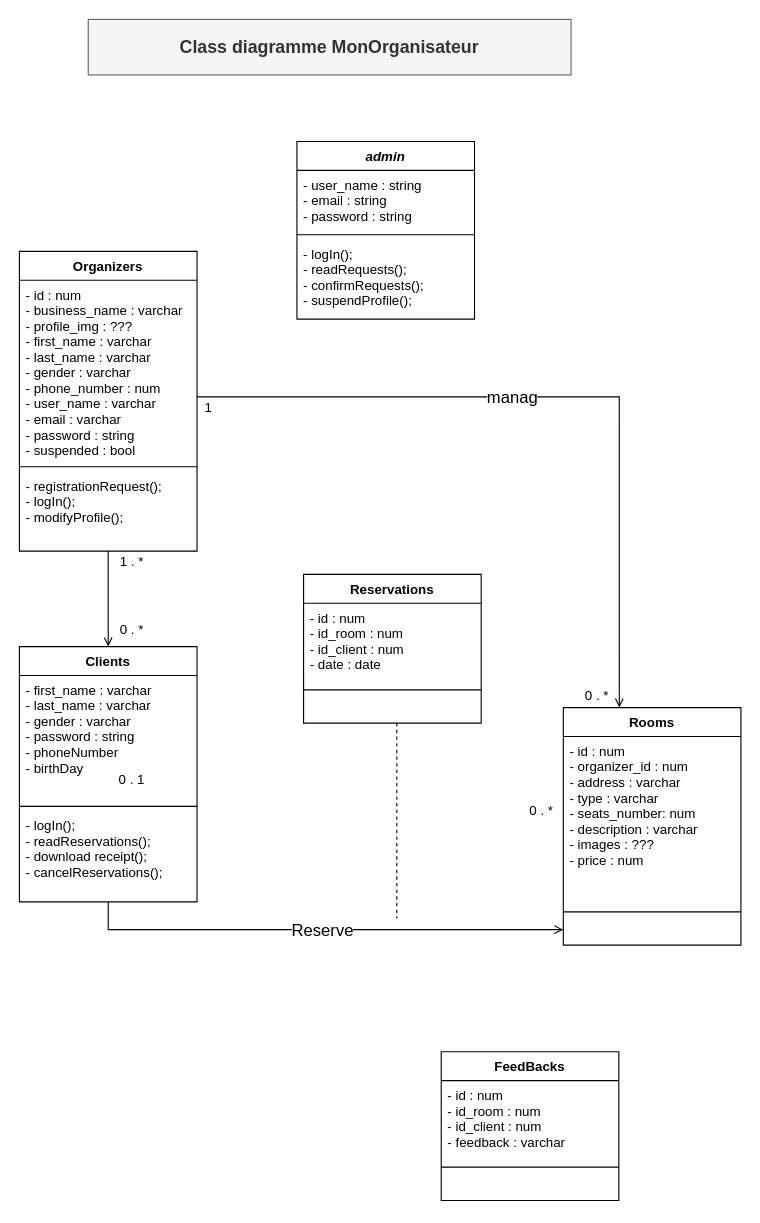
Earlier version of the draw.io diagram UML/diagram-class.drawio (daalimouhcine/Mon_Organisateur). Source tidied: cells renumbered, new cells numbered last; positions are measured from the earlier drawing's top-left corner, leaving out a move shared by most shapes. Both pictures are drawn from the tidied source at 111%, with x=0, y=0 at pixel (19, 19).
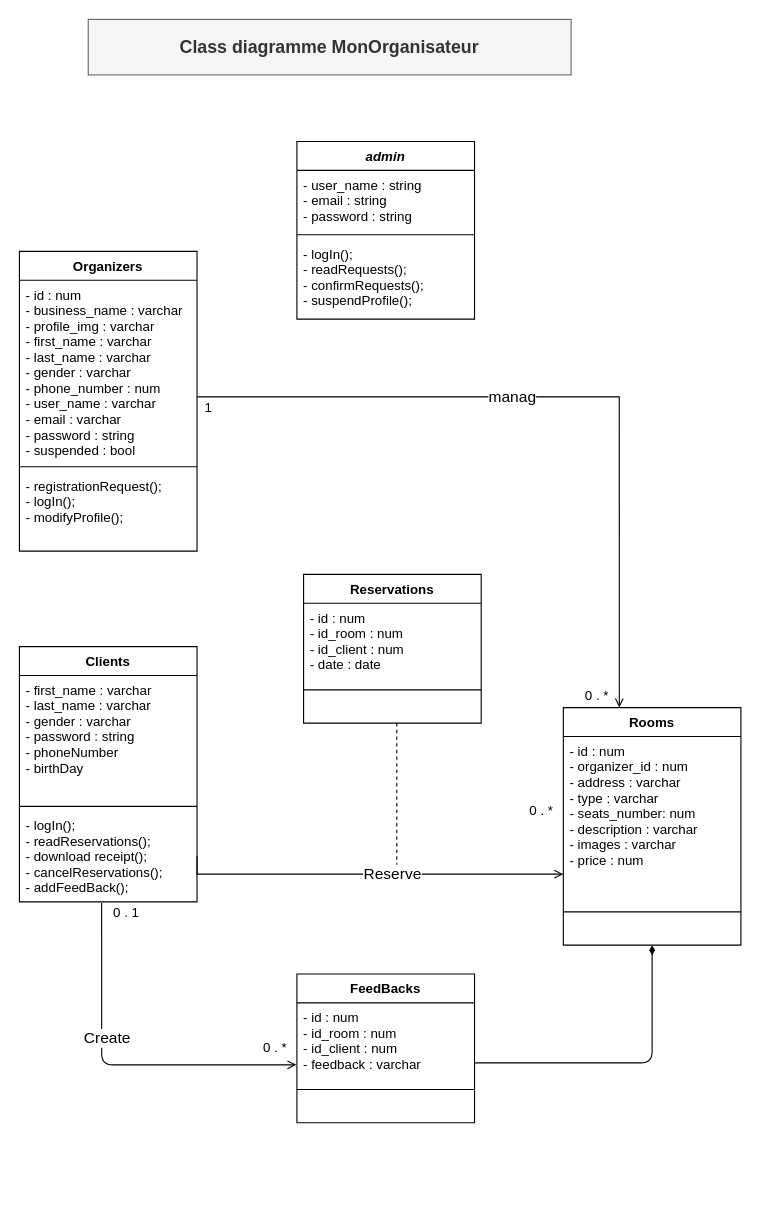
After the change.

Commit message:
add feedback class

Unchanged cells that the change refers to:
```xml
<mxCell id="6" value="Clients" style="swimlane;fontStyle=1;align=center;verticalAlign=top;horizontal=1;startSize=26;rounded=0;shadow=0;strokeWidth=1;" parent="1" vertex="1">
  <mxGeometry y="565" width="160" height="230" as="geometry" />
</mxCell>
<mxCell id="10" value="Rooms" style="swimlane;fontStyle=1;align=center;verticalAlign=top;horizontal=1;startSize=26;rounded=0;shadow=0;strokeWidth=1;" parent="1" vertex="1">
  <mxGeometry x="490" y="620" width="160" height="214" as="geometry" />
</mxCell>
<mxCell id="14" value="Organizers" style="swimlane;fontStyle=1;align=center;verticalAlign=top;horizontal=1;startSize=26;rounded=0;shadow=0;strokeWidth=1;" parent="1" vertex="1">
  <mxGeometry y="209" width="160" height="270" as="geometry" />
</mxCell>
<mxCell id="23" value="Reservations" style="swimlane;fontStyle=1;align=center;verticalAlign=top;horizontal=1;startSize=26;" parent="1" vertex="1">
  <mxGeometry x="256" y="500" width="160" height="134" as="geometry" />
</mxCell>
<mxCell id="30" value="0 . *" style="text;html=1;align=center;verticalAlign=middle;points=[];strokeColor=none;fillColor=none;" parent="1" vertex="1">
  <mxGeometry x="500" y="600" width="40" height="20" as="geometry" />
</mxCell>
<mxCell id="33" value="- id : num&#10;- id_room : num&#10;- id_client : num&#10;- feedback : varchar" style="text;strokeColor=none;fillColor=none;align=left;verticalAlign=top;spacingLeft=4;spacingRight=4;overflow=hidden;points=[[0,0.5],[1,0.5]];portConstraint=eastwest;" parent="32" vertex="1">
  <mxGeometry y="26" width="160" height="74" as="geometry" />
</mxCell>
```

Diff of the diagram source:
```diff
@@
-    <mxCell id="9" value="- logIn();&#10;- readReservations();&#10;- download receipt();&#10;- cancelReservations();&#10;" style="text;align=left;verticalAlign=top;spacingLeft=4;spacingRight=4;overflow=hidden;points=[[0,0.5],[1,0.5]];portConstraint=eastwest;" parent="6" vertex="1">
+    <mxCell id="9" value="- logIn();&#10;- readReservations();&#10;- download receipt();&#10;- cancelReservations();&#10;- addFeedBack();" style="text;align=left;verticalAlign=top;spacingLeft=4;spacingRight=4;overflow=hidden;points=[[0,0.5],[1,0.5]];portConstraint=eastwest;" parent="6" vertex="1">
       <mxGeometry y="148" width="160" height="82" as="geometry" />
     </mxCell>
@@
-    <mxCell id="11" value="- id : num&#10;- organizer_id : num&#10;- address : varchar&#10;- type : varchar&#10;- seats_number: num&#10;- description : varchar&#10;- images : ???&#10;- price : num" style="text;align=left;verticalAlign=top;spacingLeft=4;spacingRight=4;overflow=hidden;rounded=0;shadow=0;html=0;" parent="10" vertex="1">
+    <mxCell id="11" value="- id : num&#10;- organizer_id : num&#10;- address : varchar&#10;- type : varchar&#10;- seats_number: num&#10;- description : varchar&#10;- images : varchar&#10;- price : num" style="text;align=left;verticalAlign=top;spacingLeft=4;spacingRight=4;overflow=hidden;rounded=0;shadow=0;html=0;" parent="10" vertex="1">
       <mxGeometry y="26" width="160" height="154" as="geometry" />
     </mxCell>
@@
-    <mxCell id="13" value="&lt;font style=&quot;font-size: 15px&quot;&gt;manag&lt;/font&gt;" style="edgeStyle=orthogonalEdgeStyle;rounded=0;jettySize=auto;html=1;entryX=1.011;entryY=0.991;entryDx=0;entryDy=0;endArrow=open;endFill=0;entryPerimeter=0;" parent="1" edge="1" source="14" target="30">
+    <mxCell id="13" value="&lt;font style=&quot;font-size: 14px&quot;&gt;manag&lt;/font&gt;" style="edgeStyle=orthogonalEdgeStyle;rounded=0;jettySize=auto;html=1;entryX=1.011;entryY=0.991;entryDx=0;entryDy=0;endArrow=open;endFill=0;entryPerimeter=0;" parent="1" edge="1" source="14" target="30">
       <mxGeometry x="-0.14" relative="1" as="geometry">
         <Array as="points">
           <mxPoint x="540" y="340" />
         </Array>
       </mxGeometry>
     </mxCell>
@@
-    <mxCell id="15" value="- id : num&#10;- business_name : varchar&#10;- profile_img : ???&#10;- first_name : varchar&#10;- last_name : varchar&#10;- gender : varchar&#10;- phone_number : num&#10;- user_name : varchar&#10;- email : varchar&#10;- password : string&#10;- suspended : bool&#10;" style="text;align=left;verticalAlign=top;spacingLeft=4;spacingRight=4;overflow=hidden;" parent="14" vertex="1">
+    <mxCell id="15" value="- id : num&#10;- business_name : varchar&#10;- profile_img : varchar&#10;- first_name : varchar&#10;- last_name : varchar&#10;- gender : varchar&#10;- phone_number : num&#10;- user_name : varchar&#10;- email : varchar&#10;- password : string&#10;- suspended : bool&#10;" style="text;align=left;verticalAlign=top;spacingLeft=4;spacingRight=4;overflow=hidden;" parent="14" vertex="1">
       <mxGeometry y="26" width="160" height="164" as="geometry" />
     </mxCell>
@@
-    <mxCell id="19" style="edgeStyle=orthogonalEdgeStyle;rounded=0;jettySize=auto;html=1;endArrow=open;endFill=0;exitX=0.5;exitY=1;exitDx=0;exitDy=0;" parent="1" edge="1" source="14" target="6">
-      <mxGeometry relative="1" as="geometry" />
-    </mxCell>
-    <mxCell id="20" value="0&amp;nbsp;. *" style="text;html=1;align=center;verticalAlign=middle;strokeColor=none;fillColor=none;" parent="1" vertex="1">
-      <mxGeometry x="81" y="540" width="40" height="20" as="geometry" />
-    </mxCell>
-    <mxCell id="21" value="1 . *" style="text;html=1;align=center;verticalAlign=middle;strokeColor=none;fillColor=none;" parent="1" vertex="1">
-      <mxGeometry x="81" y="479" width="40" height="20" as="geometry" />
-    </mxCell>
     <mxCell id="22" style="edgeStyle=orthogonalEdgeStyle;rounded=0;jettySize=auto;html=1;endArrow=none;endFill=0;dashed=1;" parent="1" edge="1" source="23">
       <mxGeometry relative="1" as="geometry">
-        <mxPoint x="340" y="810" as="targetPoint" />
+        <mxPoint x="340" y="770" as="targetPoint" />
         <Array as="points">
           <mxPoint x="340" y="730" />
         </Array>
       </mxGeometry>
     </mxCell>
@@
-    <mxCell id="27" value="&lt;font style=&quot;font-size: 15px&quot;&gt;Reserve&lt;/font&gt;" style="edgeStyle=orthogonalEdgeStyle;rounded=0;jettySize=auto;html=1;endArrow=open;endFill=0;exitX=0.5;exitY=1;exitDx=0;exitDy=0;" parent="1" edge="1" source="6">
-      <mxGeometry relative="1" as="geometry">
-        <mxPoint x="490" y="820" as="targetPoint" />
+    <mxCell id="27" value="&lt;font style=&quot;font-size: 14px&quot;&gt;Reserve&lt;/font&gt;" style="edgeStyle=orthogonalEdgeStyle;rounded=0;jettySize=auto;html=1;endArrow=open;endFill=0;exitX=1;exitY=0.5;exitDx=0;exitDy=0;" parent="1" edge="1" source="9">
+      <mxGeometry x="0.11" relative="1" as="geometry">
+        <mxPoint x="490" y="770" as="targetPoint" />
         <Array as="points">
-          <mxPoint x="80" y="820" />
-          <mxPoint x="490" y="820" />
+          <mxPoint x="160" y="770" />
+          <mxPoint x="490" y="770" />
         </Array>
       </mxGeometry>
     </mxCell>
-    <mxCell id="28" value="0 . 1" style="text;html=1;align=center;verticalAlign=middle;strokeColor=none;fillColor=none;" parent="1" vertex="1">
-      <mxGeometry x="81" y="675" width="40" height="20" as="geometry" />
-    </mxCell>
@@
     <mxCell id="32" value="FeedBacks" style="swimlane;fontStyle=1;align=center;verticalAlign=top;horizontal=1;startSize=26;" parent="1" vertex="1">
-      <mxGeometry x="380" y="930" width="160" height="134" as="geometry" />
+      <mxGeometry x="250" y="860" width="160" height="134" as="geometry" />
     </mxCell>
@@
+    <mxCell id="36" style="edgeStyle=orthogonalEdgeStyle;html=1;entryX=-0.003;entryY=0.754;entryDx=0;entryDy=0;entryPerimeter=0;exitX=0.463;exitY=1.012;exitDx=0;exitDy=0;exitPerimeter=0;endArrow=open;endFill=0;" parent="1" edge="1" source="9" target="33">
+      <mxGeometry relative="1" as="geometry" />
+    </mxCell>
+    <mxCell id="37" value="&lt;font style=&quot;font-size: 14px&quot;&gt;Create&lt;/font&gt;" style="edgeLabel;html=1;align=center;verticalAlign=middle;" parent="36" vertex="1">
+      <mxGeometry x="-0.24" y="4" relative="1" as="geometry" />
+    </mxCell>
+    <mxCell id="28" value="0 . 1" style="text;html=1;align=center;verticalAlign=middle;strokeColor=none;fillColor=none;" parent="1" vertex="1">
+      <mxGeometry x="76" y="795" width="40" height="20" as="geometry" />
+    </mxCell>
+    <mxCell id="20" value="0 . *" style="text;html=1;align=center;verticalAlign=middle;strokeColor=none;fillColor=none;" parent="1" vertex="1">
+      <mxGeometry x="210" y="917" width="40" height="20" as="geometry" />
+    </mxCell>
+    <mxCell id="38" style="edgeStyle=orthogonalEdgeStyle;html=1;entryX=0.5;entryY=1;entryDx=0;entryDy=0;fontSize=14;endArrow=diamondThin;endFill=1;" parent="1" edge="1" source="33" target="10">
+      <mxGeometry relative="1" as="geometry">
+        <Array as="points">
+          <mxPoint x="570" y="940" />
+        </Array>
+      </mxGeometry>
+    </mxCell>
```
